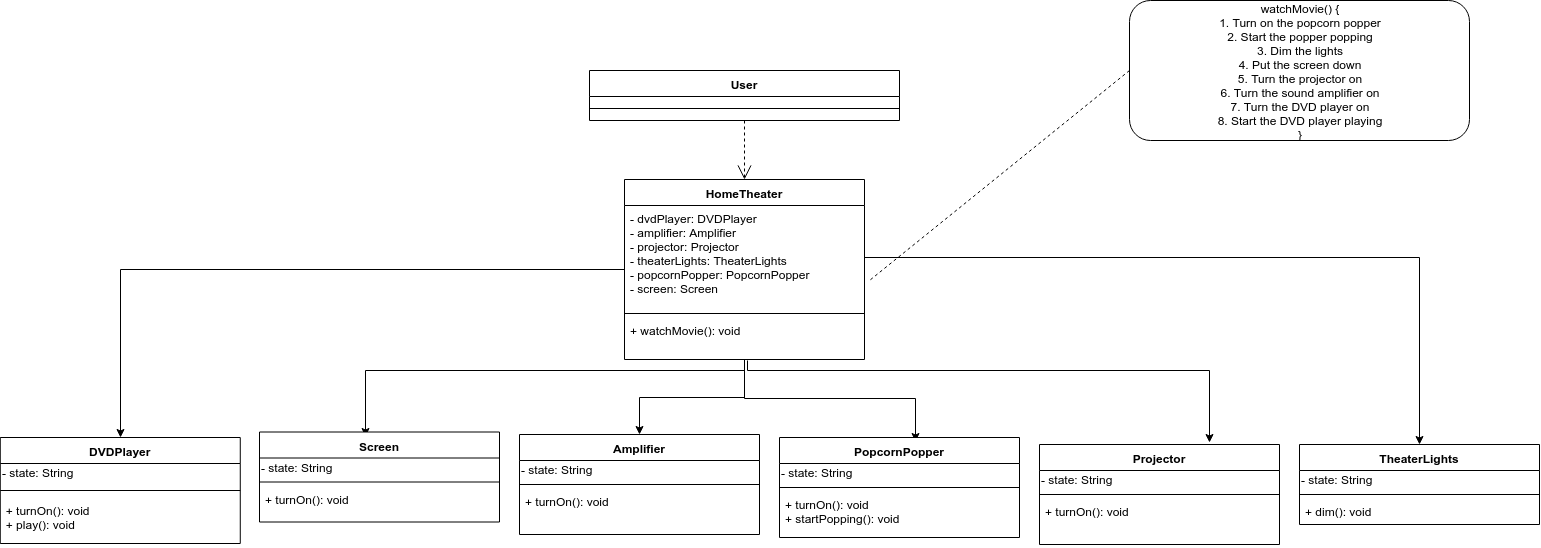
Earlier version of the draw.io export HomeTheater/doc/RefactorDesign.png (lowerboundtenhours/SoftwareEngineeringDesignHomeworkTeam1). Source tidied: cells renumbered, new cells last; positions are measured from the earlier drawing's top-left corner, leaving out a move shared by most shapes.
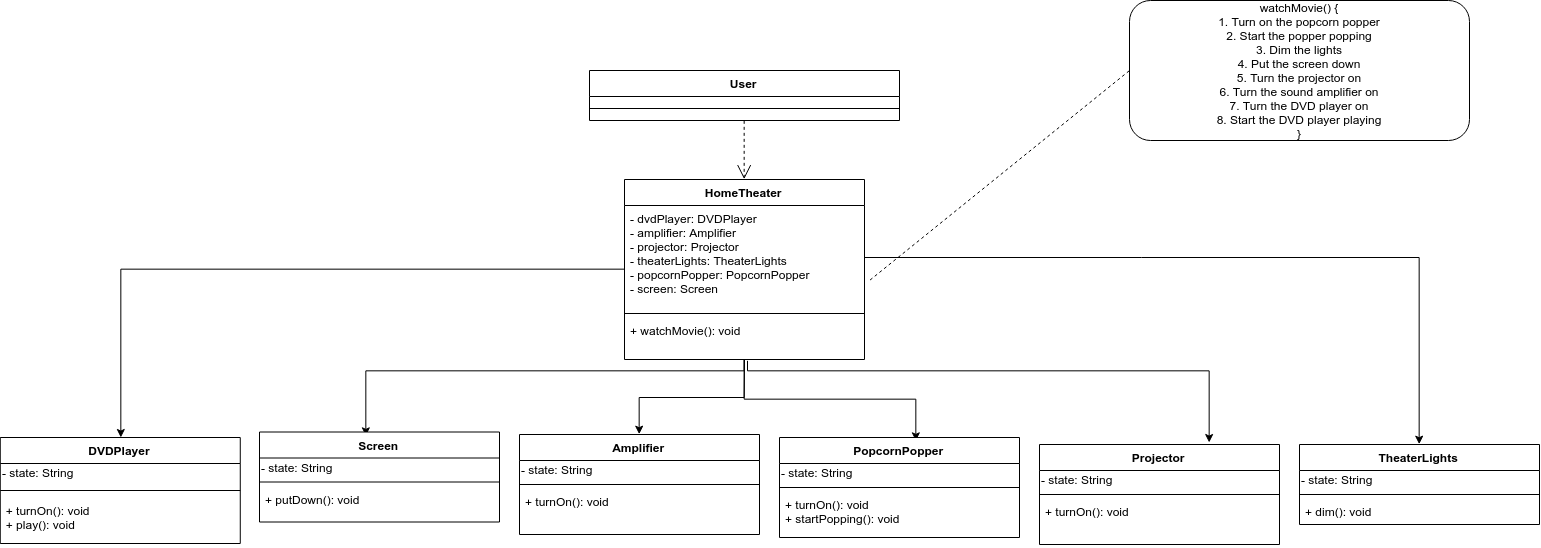
Later version of the same file.

Commit message:
Update class diagram

What changed in the source:
```diff
@@ -95,7 +95,7 @@
     <mxCell id="29" style="line;strokeWidth=1;fillColor=none;align=left;verticalAlign=middle;spacingTop=-1;spacingLeft=3;spacingRight=3;labelPosition=right;" parent="27" vertex="1">
       <mxGeometry y="46" width="240" height="8" as="geometry" />
     </mxCell>
-    <mxCell id="30" value="+ turnOn(): void&#10;" style="text;strokeColor=none;fillColor=none;align=left;verticalAlign=top;spacingLeft=4;spacingRight=4;overflow=hidden;" parent="27" vertex="1">
+    <mxCell id="30" value="+ putDown(): void&#10;" style="text;strokeColor=none;fillColor=none;align=left;verticalAlign=top;spacingLeft=4;spacingRight=4;overflow=hidden;" parent="27" vertex="1">
       <mxGeometry y="54" width="240" height="36" as="geometry" />
     </mxCell>
     <mxCell id="31" value="PopcornPopper" style="swimlane;fontStyle=1;align=center;verticalAlign=top;horizontal=1;startSize=26;" parent="1" vertex="1">
```
